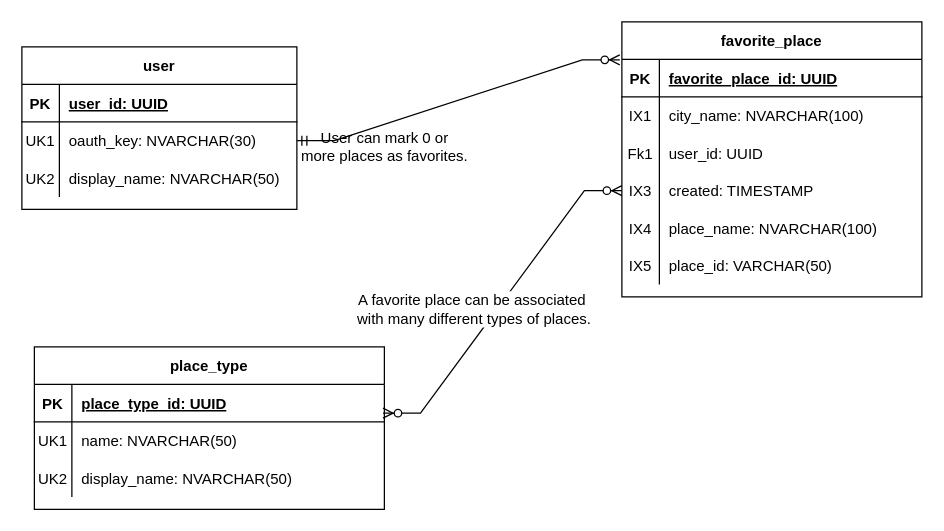
northern-nm-highlights/northern-nm-highlights.github.io keeps this draw.io diagram as docs/work/erd.drawio. Above is the earlier version. Source tidied: cells renumbered, new cells numbered last; positions are measured from the earlier drawing's top-left corner, leaving out a move shared by most shapes. Both pictures are drawn from the tidied source at 125%, with x=0, y=0 at pixel (21, 21).
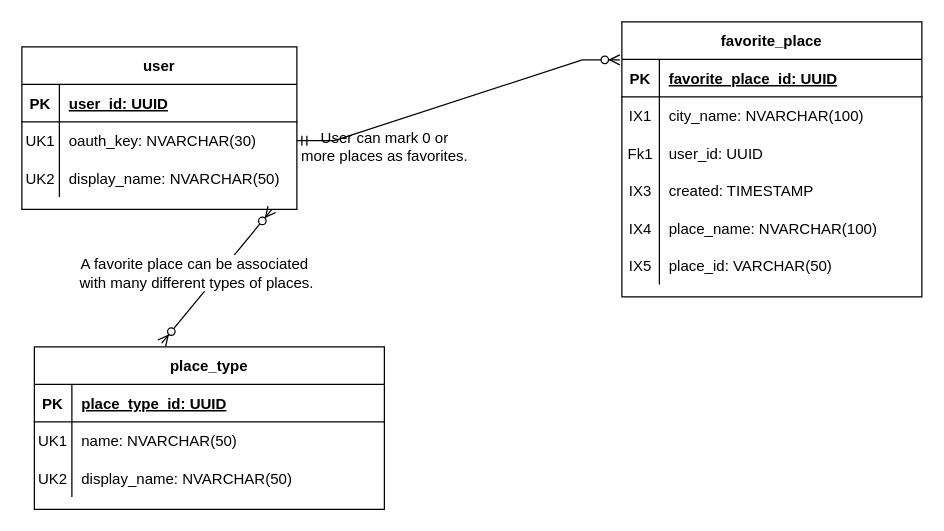
Above is the later version.

The change refers to these unchanged cells:
```xml
<mxCell id="22" style="shape=partialRectangle;fillColor=none;top=0;left=0;bottom=0;right=0;points=[[0,0.5],[1,0.5]];portConstraint=eastwest;" parent="12" vertex="1">
  <mxGeometry y="120" width="240" height="30" as="geometry" />
</mxCell>
<mxCell id="32" value="place_type" style="shape=table;startSize=30;childLayout=tableLayout;rowLines=0;fontStyle=1;align=center;" parent="1" vertex="1">
  <mxGeometry x="10" y="260" width="280" height="130" as="geometry" />
</mxCell>
<mxCell id="33" style="shape=partialRectangle;fillColor=none;top=0;left=0;bottom=1;right=0;points=[[0,0.5],[1,0.5]];portConstraint=eastwest;" parent="32" vertex="1">
  <mxGeometry y="30" width="280" height="30" as="geometry" />
</mxCell>
```

What changed in the source:
```diff
@@
-    <mxCell id="43" value="A favorite place can be associated&lt;br&gt;&amp;nbsp;with many different types of places." style="edgeStyle=entityRelationEdgeStyle;fontSize=12;html=1;endArrow=ERzeroToMany;endFill=1;startArrow=ERzeroToMany;rounded=0;exitX=0.996;exitY=0.767;exitDx=0;exitDy=0;exitPerimeter=0;entryX=0;entryY=0.5;entryDx=0;entryDy=0;" parent="1" edge="1" source="33" target="22">
-      <mxGeometry x="-0.14" y="16" relative="1" as="geometry" />
+    <mxCell id="43" value="A favorite place can be associated&lt;br&gt;&amp;nbsp;with many different types of places." style="fontSize=12;html=1;endArrow=ERzeroToMany;endFill=1;startArrow=ERzeroToMany;rounded=0;exitX=0.364;exitY=-0.023;exitDx=0;exitDy=0;exitPerimeter=0;" parent="1" edge="1" source="32">
+      <mxGeometry x="-0.14" y="16" relative="1" as="geometry">
+        <mxPoint x="200" y="150" as="targetPoint" />
+      </mxGeometry>
     </mxCell>
```
